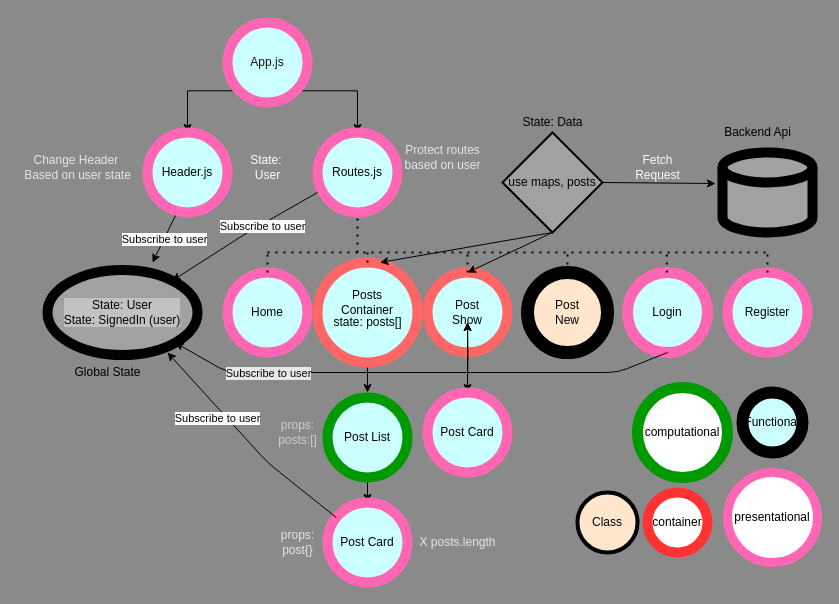
Earlier version of the draw.io diagram react.drawio (toorajj/ScrollListBackEnd). Source tidied: cells renumbered, new cells numbered last; positions are measured from the earlier drawing's top-left corner, leaving out a move shared by most shapes. Both pictures are drawn from the tidied source at 100%, with x=0, y=0 at pixel (17, 22).
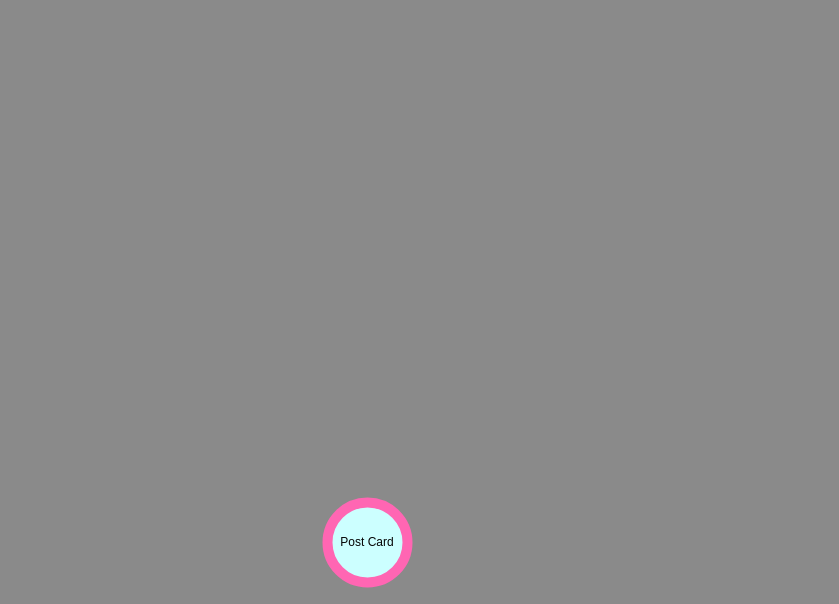
The same diagram, later.

Commit message:
pre merge mod

Unchanged cells that the change refers to:
```xml
<mxCell id="31" value="Post Card" style="ellipse;whiteSpace=wrap;html=1;fillColor=#CCFFFF;strokeColor=#FF66B3;fontColor=#050505;strokeWidth=10;" parent="1" vertex="1">
  <mxGeometry x="310" y="480" width="80" height="80" as="geometry" />
</mxCell>
```

Change to the diagram source:
```diff
@@
-    <mxCell id="2" style="edgeStyle=orthogonalEdgeStyle;rounded=0;jettySize=auto;html=1;exitX=0;exitY=1;exitDx=0;exitDy=0;entryX=0.5;entryY=0;entryDx=0;entryDy=0;" parent="1" edge="1" source="4" target="5">
-      <mxGeometry relative="1" as="geometry">
-        <Array as="points">
-          <mxPoint x="170" y="68" />
-        </Array>
-      </mxGeometry>
-    </mxCell>
-    <mxCell id="3" style="edgeStyle=orthogonalEdgeStyle;rounded=0;jettySize=auto;html=1;exitX=1;exitY=1;exitDx=0;exitDy=0;entryX=0.5;entryY=0;entryDx=0;entryDy=0;" parent="1" edge="1" source="4" target="6">
-      <mxGeometry relative="1" as="geometry" />
-    </mxCell>
-    <mxCell id="4" style="ellipse;whiteSpace=wrap;html=1;fillColor=#CCFFFF;strokeColor=#FF66B3;strokeWidth=10;" parent="1" vertex="1">
-      <mxGeometry x="210" width="80" height="80" as="geometry" />
-    </mxCell>
-    <mxCell id="5" style="ellipse;whiteSpace=wrap;html=1;fillColor=#CCFFFF;strokeColor=#FF66B3;fontColor=#050505;strokeWidth=10;" parent="1" vertex="1">
-      <mxGeometry x="130" y="110" width="80" height="80" as="geometry" />
-    </mxCell>
-    <mxCell id="6" style="ellipse;whiteSpace=wrap;html=1;fillColor=#CCFFFF;strokeColor=#FF66B3;fontColor=#050505;strokeWidth=10;" parent="1" vertex="1">
-      <mxGeometry x="300" y="110" width="80" height="80" as="geometry" />
-    </mxCell>
-    <mxCell id="7" value="App.js" style="text;html=1;strokeColor=none;fillColor=none;align=center;verticalAlign=middle;whiteSpace=wrap;rounded=0;fontColor=#141414;" parent="1" vertex="1">
-      <mxGeometry x="230" y="30" width="40" height="20" as="geometry" />
-    </mxCell>
-    <mxCell id="8" value="Header.js" style="text;html=1;strokeColor=none;fillColor=none;align=center;verticalAlign=middle;whiteSpace=wrap;rounded=0;fontColor=#050505;" parent="1" vertex="1">
-      <mxGeometry x="150" y="140" width="40" height="20" as="geometry" />
-    </mxCell>
-    <mxCell id="9" value="Routes.js" style="text;html=1;strokeColor=none;fillColor=none;align=center;verticalAlign=middle;whiteSpace=wrap;rounded=0;fontColor=#050505;" parent="1" vertex="1">
-      <mxGeometry x="320" y="140" width="40" height="20" as="geometry" />
-    </mxCell>
-    <mxCell id="10" style="ellipse;whiteSpace=wrap;html=1;fillColor=#CCFFFF;strokeColor=#FF66B3;fontColor=#050505;strokeWidth=10;" parent="1" vertex="1">
-      <mxGeometry x="210" y="250" width="80" height="80" as="geometry" />
-    </mxCell>
-    <mxCell id="11" style="edgeStyle=orthogonalEdgeStyle;rounded=0;jettySize=auto;html=1;exitX=0.5;exitY=1;exitDx=0;exitDy=0;fontColor=#050505;" parent="1" edge="1" source="12">
-      <mxGeometry relative="1" as="geometry">
-        <mxPoint x="350" y="370" as="targetPoint" />
-      </mxGeometry>
-    </mxCell>
-    <mxCell id="12" style="ellipse;whiteSpace=wrap;html=1;fillColor=#CCFFFF;strokeColor=#FF6666;fontColor=#050505;strokeWidth=10;" parent="1" vertex="1">
-      <mxGeometry x="300" y="240" width="100" height="100" as="geometry" />
-    </mxCell>
-    <mxCell id="13" style="edgeStyle=orthogonalEdgeStyle;rounded=0;jettySize=auto;html=1;exitX=0.5;exitY=1;exitDx=0;exitDy=0;entryX=0.5;entryY=0;entryDx=0;entryDy=0;fontColor=#050505;" parent="1" edge="1" source="14" target="30">
-      <mxGeometry relative="1" as="geometry" />
-    </mxCell>
-    <mxCell id="14" style="ellipse;whiteSpace=wrap;html=1;fillColor=#CCFFFF;strokeColor=#FF6666;fontColor=#050505;strokeWidth=10;" parent="1" vertex="1">
-      <mxGeometry x="410" y="250" width="80" height="80" as="geometry" />
-    </mxCell>
-    <mxCell id="15" style="ellipse;whiteSpace=wrap;html=1;fillColor=#FFE6CC;fontColor=#050505;strokeWidth=13;" parent="1" vertex="1">
-      <mxGeometry x="510" y="250" width="80" height="80" as="geometry" />
-    </mxCell>
-    <mxCell id="16" style="endArrow=none;dashed=1;html=1;dashPattern=1 3;strokeWidth=2;entryX=0.5;entryY=1;entryDx=0;entryDy=0;fontColor=#050505;" parent="1" edge="1" target="6">
-      <mxGeometry relative="1" as="geometry">
-        <mxPoint x="340" y="230" as="sourcePoint" />
-        <Array as="points">
-          <mxPoint x="340" y="210" />
-        </Array>
-      </mxGeometry>
-    </mxCell>
-    <mxCell id="17" style="endArrow=none;dashed=1;html=1;dashPattern=1 3;strokeWidth=2;fontColor=#050505;" parent="1" edge="1">
-      <mxGeometry relative="1" as="geometry">
-        <mxPoint x="250" y="230" as="sourcePoint" />
-        <mxPoint x="750" y="230" as="targetPoint" />
-      </mxGeometry>
-    </mxCell>
-    <mxCell id="18" style="endArrow=none;dashed=1;html=1;dashPattern=1 3;strokeWidth=2;exitX=0.5;exitY=0;exitDx=0;exitDy=0;fontColor=#050505;" parent="1" edge="1" source="10">
-      <mxGeometry relative="1" as="geometry">
-        <mxPoint x="250" y="230" as="targetPoint" />
-      </mxGeometry>
-    </mxCell>
-    <mxCell id="19" style="endArrow=none;dashed=1;html=1;dashPattern=1 3;strokeWidth=2;exitX=0.5;exitY=0;exitDx=0;exitDy=0;fontColor=#050505;" parent="1" edge="1" source="12">
-      <mxGeometry relative="1" as="geometry">
-        <mxPoint x="350" y="230" as="targetPoint" />
-      </mxGeometry>
-    </mxCell>
-    <mxCell id="20" style="endArrow=none;dashed=1;html=1;dashPattern=1 3;strokeWidth=2;exitX=0.5;exitY=0;exitDx=0;exitDy=0;fontColor=#050505;" parent="1" edge="1" source="14">
-      <mxGeometry relative="1" as="geometry">
-        <mxPoint x="450" y="230" as="targetPoint" />
-      </mxGeometry>
-    </mxCell>
-    <mxCell id="21" style="endArrow=none;dashed=1;html=1;dashPattern=1 3;strokeWidth=2;exitX=0.5;exitY=0;exitDx=0;exitDy=0;fontColor=#050505;" parent="1" edge="1" source="15">
-      <mxGeometry relative="1" as="geometry">
-        <mxPoint x="550" y="230" as="targetPoint" />
-      </mxGeometry>
-    </mxCell>
-    <mxCell id="22" value="Home" style="text;html=1;strokeColor=none;fillColor=none;align=center;verticalAlign=middle;whiteSpace=wrap;rounded=0;fontColor=#050505;" parent="1" vertex="1">
-      <mxGeometry x="230" y="280" width="40" height="20" as="geometry" />
-    </mxCell>
-    <mxCell id="23" value="Posts Container" style="text;html=1;strokeColor=none;fillColor=none;align=center;verticalAlign=middle;whiteSpace=wrap;rounded=0;fontColor=#050505;" parent="1" vertex="1">
-      <mxGeometry x="330" y="270" width="40" height="20" as="geometry" />
-    </mxCell>
-    <mxCell id="24" value="Post Show" style="text;html=1;strokeColor=none;fillColor=none;align=center;verticalAlign=middle;whiteSpace=wrap;rounded=0;fontColor=#050505;" parent="1" vertex="1">
-      <mxGeometry x="430" y="280" width="40" height="20" as="geometry" />
-    </mxCell>
-    <mxCell id="25" value="Post New" style="text;html=1;strokeColor=none;fillColor=none;align=center;verticalAlign=middle;whiteSpace=wrap;rounded=0;fontColor=#050505;strokeWidth=1;" parent="1" vertex="1">
-      <mxGeometry x="530" y="280" width="40" height="20" as="geometry" />
-    </mxCell>
-    <mxCell id="26" style="edgeStyle=orthogonalEdgeStyle;rounded=0;jettySize=auto;html=1;exitX=0.5;exitY=1;exitDx=0;exitDy=0;entryX=0.5;entryY=0;entryDx=0;entryDy=0;fontColor=#050505;" parent="1" edge="1" source="27" target="31">
-      <mxGeometry relative="1" as="geometry" />
-    </mxCell>
-    <mxCell id="27" value="Post List" style="ellipse;whiteSpace=wrap;html=1;fillColor=#CCFFFF;strokeColor=#009900;fontColor=#050505;strokeWidth=10;" parent="1" vertex="1">
-      <mxGeometry x="310" y="375" width="80" height="80" as="geometry" />
-    </mxCell>
-    <mxCell id="28" style="edgeStyle=orthogonalEdgeStyle;rounded=0;jettySize=auto;html=1;fontColor=#E6E6E6;" parent="1" edge="1" target="24">
-      <mxGeometry relative="1" as="geometry">
-        <mxPoint x="450" y="360" as="sourcePoint" />
-      </mxGeometry>
-    </mxCell>
-    <mxCell id="29" style="edgeStyle=orthogonalEdgeStyle;rounded=0;jettySize=auto;html=1;fontColor=#E6E6E6;" parent="1" edge="1" source="30" target="24">
-      <mxGeometry relative="1" as="geometry" />
-    </mxCell>
-    <mxCell id="30" value="Post Card" style="ellipse;whiteSpace=wrap;html=1;fillColor=#CCFFFF;strokeColor=#FF66B3;fontColor=#050505;strokeWidth=10;" parent="1" vertex="1">
-      <mxGeometry x="410" y="370" width="80" height="80" as="geometry" />
-    </mxCell>
@@
-    <mxCell id="32" value="Class" style="ellipse;whiteSpace=wrap;html=1;fillColor=#FFE6CC;strokeColor=#000000;fontColor=#030303;strokeWidth=4;" parent="1" vertex="1">
-      <mxGeometry x="560" y="470" width="60" height="60" as="geometry" />
-    </mxCell>
-    <mxCell id="33" value="Functional" style="ellipse;whiteSpace=wrap;html=1;fillColor=#CCFFFF;fontColor=#000000;strokeWidth=12;" parent="1" vertex="1">
-      <mxGeometry x="725" y="370" width="60" height="60" as="geometry" />
-    </mxCell>
-    <mxCell id="34" value="container" style="ellipse;whiteSpace=wrap;html=1;strokeColor=#FF3333;fillColor=#FFFFFF;fontColor=#000000;strokeWidth=10;" parent="1" vertex="1">
-      <mxGeometry x="630" y="470" width="60" height="60" as="geometry" />
-    </mxCell>
-    <mxCell id="35" value="computational" style="ellipse;whiteSpace=wrap;html=1;strokeColor=#009900;fillColor=#FFFFFF;fontColor=#000000;strokeWidth=11;" parent="1" vertex="1">
-      <mxGeometry x="620" y="365" width="90" height="90" as="geometry" />
-    </mxCell>
-    <mxCell id="36" value="presentational" style="ellipse;whiteSpace=wrap;html=1;strokeColor=#FF66B3;fillColor=#FFFFFF;fontColor=#000000;strokeWidth=9;" parent="1" vertex="1">
-      <mxGeometry x="710" y="450" width="90" height="90" as="geometry" />
-    </mxCell>
-    <mxCell id="37" value="use maps, posts" style="strokeWidth=2;html=1;shape=mxgraph.flowchart.decision;whiteSpace=wrap;fillColor=#A1A1A1;" parent="1" vertex="1">
-      <mxGeometry x="485" y="110" width="100" height="100" as="geometry" />
-    </mxCell>
-    <mxCell id="38" value="State: Data" style="text;html=1;align=center;verticalAlign=middle;" parent="1" vertex="1">
-      <mxGeometry x="495" y="90" width="80" height="20" as="geometry" />
-    </mxCell>
-    <mxCell id="39" style="endArrow=classic;html=1;entryX=0.625;entryY=0;entryDx=0;entryDy=0;entryPerimeter=0;exitX=0.5;exitY=1;exitDx=0;exitDy=0;exitPerimeter=0;fontColor=#050505;" parent="1" edge="1" source="37" target="12">
-      <mxGeometry relative="1" as="geometry" />
-    </mxCell>
-    <mxCell id="40" style="endArrow=classic;html=1;exitX=0.5;exitY=1;exitDx=0;exitDy=0;exitPerimeter=0;fontColor=#050505;" parent="1" edge="1" source="37">
-      <mxGeometry relative="1" as="geometry">
-        <mxPoint x="450" y="250" as="targetPoint" />
-      </mxGeometry>
-    </mxCell>
-    <mxCell id="41" value="Backend Api" style="text;html=1;align=center;verticalAlign=middle;" parent="1" vertex="1">
-      <mxGeometry x="700" y="100" width="80" height="20" as="geometry" />
-    </mxCell>
-    <mxCell id="42" value="X posts.length" style="text;html=1;align=center;verticalAlign=middle;fontColor=#E6E6E6;" parent="1" vertex="1">
-      <mxGeometry x="395" y="510" width="90" height="20" as="geometry" />
-    </mxCell>
-    <mxCell id="43" value="state: posts[]" style="text;html=1;align=center;verticalAlign=middle;fontColor=#050505;" parent="1" vertex="1">
-      <mxGeometry x="310" y="290" width="80" height="20" as="geometry" />
-    </mxCell>
-    <mxCell id="44" value="props:&lt;br&gt;posts:[]" style="text;html=1;align=center;verticalAlign=middle;fontColor=#CFCFCF;" parent="1" vertex="1">
-      <mxGeometry x="255" y="395" width="50" height="30" as="geometry" />
-    </mxCell>
-    <mxCell id="45" value="props:&lt;br&gt;post{}" style="text;html=1;align=center;verticalAlign=middle;fontColor=#E6E6E6;" parent="1" vertex="1">
-      <mxGeometry x="255" y="505" width="50" height="30" as="geometry" />
-    </mxCell>
-    <mxCell id="46" value="Change Header&amp;nbsp;&lt;br&gt;Based on user state" style="text;html=1;align=center;verticalAlign=middle;fontColor=#E6E6E6;" parent="1" vertex="1">
-      <mxGeometry y="130" width="120" height="30" as="geometry" />
-    </mxCell>
-    <mxCell id="47" value="Protect routes &lt;br&gt;based on user" style="text;html=1;align=center;verticalAlign=middle;fontColor=#E6E6E6;" parent="1" vertex="1">
-      <mxGeometry x="380" y="120" width="90" height="30" as="geometry" />
-    </mxCell>
-    <mxCell id="48" value="Global State" style="text;html=1;align=center;verticalAlign=middle;" parent="1" vertex="1">
-      <mxGeometry x="50" y="340" width="80" height="20" as="geometry" />
-    </mxCell>
-    <mxCell id="49" style="endArrow=classic;html=1;exitX=0.35;exitY=1.038;exitDx=0;exitDy=0;fontColor=#050505;exitPerimeter=0;" parent="1" edge="1" source="5">
-      <mxGeometry relative="1" as="geometry">
-        <mxPoint x="135" y="240" as="targetPoint" />
-      </mxGeometry>
-    </mxCell>
-    <mxCell id="50" value="Subscribe to user" style="edgeLabel;html=1;align=center;verticalAlign=middle;fontColor=#050505;labelBackgroundColor=#FAFAFA;" parent="49" vertex="1">
-      <mxGeometry relative="1" as="geometry" />
-    </mxCell>
-    <mxCell id="51" style="endArrow=classic;html=1;exitX=0;exitY=1;exitDx=0;exitDy=0;fontColor=#050505;" parent="1" edge="1" target="65">
-      <mxGeometry relative="1" as="geometry">
-        <mxPoint x="300" y="170" as="sourcePoint" />
-        <Array as="points">
-          <mxPoint x="230" y="210" />
-        </Array>
-      </mxGeometry>
-    </mxCell>
-    <mxCell id="52" value="Subscribe to user" style="edgeLabel;html=1;align=center;verticalAlign=middle;fontColor=#050505;labelBackgroundColor=#FAFAFA;" parent="51" vertex="1">
-      <mxGeometry relative="1" as="geometry">
-        <mxPoint x="18.6" y="-9.2" as="offset" />
-      </mxGeometry>
-    </mxCell>
-    <mxCell id="53" value="State:&amp;nbsp;&lt;br&gt;User" style="text;html=1;align=center;verticalAlign=middle;fontColor=#FFFFFF;" parent="1" vertex="1">
-      <mxGeometry x="225" y="130" width="50" height="30" as="geometry" />
-    </mxCell>
-    <mxCell id="54" style="endArrow=classic;html=1;fontColor=#050505;entryX=0.8;entryY=0.971;entryDx=0;entryDy=0;entryPerimeter=0;" parent="1" edge="1" source="31" target="65">
-      <mxGeometry relative="1" as="geometry">
-        <Array as="points">
-          <mxPoint x="250" y="440" />
-        </Array>
-      </mxGeometry>
-    </mxCell>
-    <mxCell id="55" value="Subscribe to user" style="edgeLabel;html=1;align=center;verticalAlign=middle;fontColor=#050505;labelBackgroundColor=#ffffff;" parent="54" vertex="1">
-      <mxGeometry relative="1" as="geometry">
-        <mxPoint x="-29.9" y="-22.8" as="offset" />
-      </mxGeometry>
-    </mxCell>
-    <mxCell id="56" value="Login" style="ellipse;whiteSpace=wrap;html=1;fillColor=#CCFFFF;strokeColor=#FF66B3;fontColor=#050505;strokeWidth=11;" parent="1" vertex="1">
-      <mxGeometry x="610" y="250" width="80" height="80" as="geometry" />
-    </mxCell>
-    <mxCell id="57" value="Register" style="ellipse;whiteSpace=wrap;html=1;fillColor=#CCFFFF;strokeColor=#FF66B3;fontColor=#050505;strokeWidth=10;" parent="1" vertex="1">
-      <mxGeometry x="710" y="250" width="80" height="80" as="geometry" />
-    </mxCell>
-    <mxCell id="58" style="endArrow=none;dashed=1;html=1;dashPattern=1 3;strokeWidth=2;exitX=0.5;exitY=0;exitDx=0;exitDy=0;fontColor=#050505;" parent="1" edge="1">
-      <mxGeometry relative="1" as="geometry">
-        <mxPoint x="649.3" y="250" as="sourcePoint" />
-        <mxPoint x="649.3" y="230" as="targetPoint" />
-        <Array as="points">
-          <mxPoint x="649.3" y="240" />
-        </Array>
-      </mxGeometry>
-    </mxCell>
-    <mxCell id="59" style="endArrow=none;dashed=1;html=1;dashPattern=1 3;strokeWidth=2;exitX=0.5;exitY=0;exitDx=0;exitDy=0;fontColor=#050505;" parent="1" edge="1">
-      <mxGeometry relative="1" as="geometry">
-        <mxPoint x="750" y="250" as="sourcePoint" />
-        <mxPoint x="750" y="230" as="targetPoint" />
-      </mxGeometry>
-    </mxCell>
-    <mxCell id="60" style="endArrow=classic;html=1;exitX=0.5;exitY=1;exitDx=0;exitDy=0;fontColor=#050505;" parent="1" edge="1" source="56" target="65">
-      <mxGeometry relative="1" as="geometry">
-        <Array as="points">
-          <mxPoint x="600" y="350" />
-          <mxPoint x="210" y="350" />
-        </Array>
-      </mxGeometry>
-    </mxCell>
-    <mxCell id="61" value="Subscribe to user" style="edgeLabel;html=1;align=center;verticalAlign=middle;fontColor=#050505;labelBackgroundColor=#E8E8E8;" parent="60" vertex="1">
-      <mxGeometry relative="1" as="geometry">
-        <mxPoint x="-150.9" as="offset" />
-      </mxGeometry>
-    </mxCell>
-    <mxCell id="62" value="Fetch &lt;br&gt;Request" style="text;html=1;align=center;verticalAlign=middle;fontColor=#FAFAFA;" parent="1" vertex="1">
-      <mxGeometry x="610" y="130" width="60" height="30" as="geometry" />
-    </mxCell>
-    <mxCell id="63" style="endArrow=classic;html=1;fontColor=#050505;exitX=1;exitY=0.5;exitDx=0;exitDy=0;exitPerimeter=0;entryX=-0.022;entryY=0.41;entryDx=0;entryDy=0;entryPerimeter=0;" parent="1" edge="1" source="37">
-      <mxGeometry relative="1" as="geometry">
-        <mxPoint x="698" y="161" as="targetPoint" />
-      </mxGeometry>
-    </mxCell>
-    <mxCell id="64" style="shape=cylinder3;whiteSpace=wrap;html=1;boundedLbl=1;backgroundOutline=1;size=15;labelBackgroundColor=#FAFAFA;strokeWidth=10;fillColor=#A1A1A1;fontColor=#E6E6E6;" parent="1" vertex="1">
-      <mxGeometry x="705" y="130" width="90" height="80" as="geometry" />
-    </mxCell>
-    <mxCell id="65" value="State: User&lt;br&gt;State: SignedIn (user)" style="ellipse;whiteSpace=wrap;html=1;labelBackgroundColor=#C2C2C2;strokeWidth=10;fillColor=#A1A1A1;fontColor=#050505;" parent="1" vertex="1">
-      <mxGeometry x="30" y="247.5" width="150" height="85" as="geometry" />
-    </mxCell>
```
